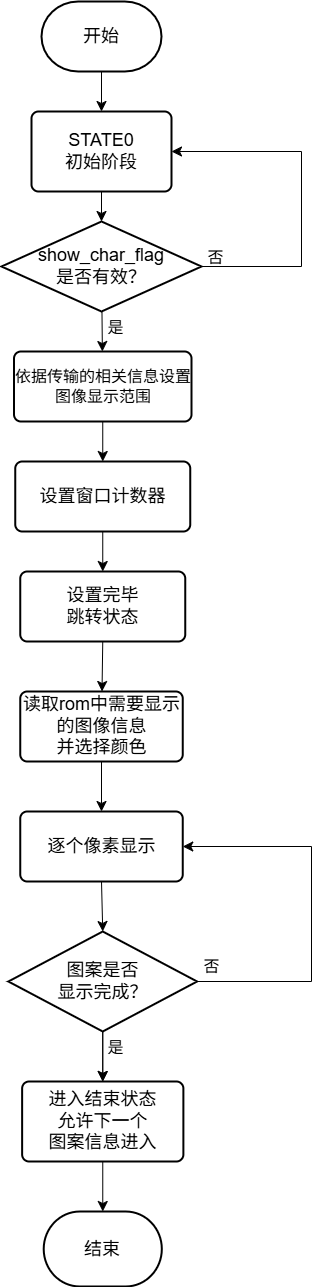
Earlier version of the draw.io export show_game_2.png (maple-m117/bysj_etc.). Source tidied: cells renumbered, new cells last; positions are measured from the earlier drawing's top-left corner, leaving out a move shared by most shapes.
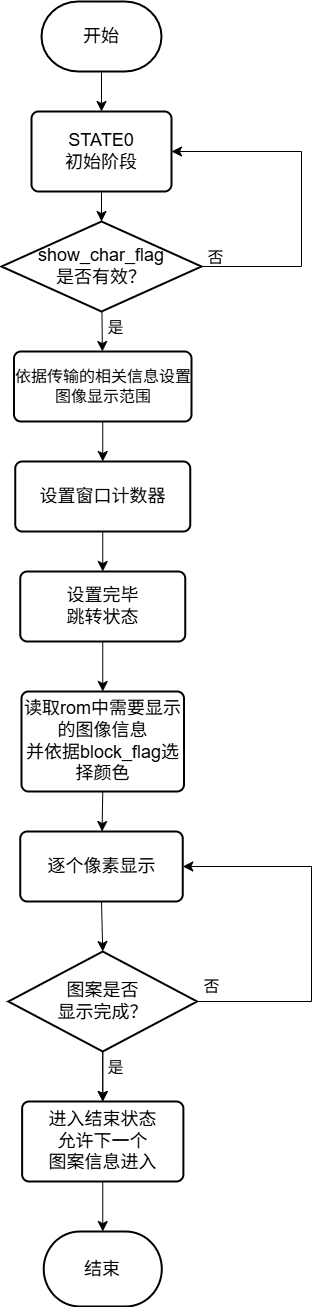
After the change.

What changed in the source:
```diff
@@ -40,11 +40,11 @@
     <mxCell id="12" style="edgeStyle=none;curved=1;rounded=1;jettySize=auto;html=1;exitX=0.5;exitY=1;exitDx=0;exitDy=0;fontSize=12;startSize=8;endSize=8;" parent="1" edge="1" source="13" target="14">
       <mxGeometry relative="1" as="geometry" />
     </mxCell>
-    <mxCell id="13" value="读取rom中需要显示的图像信息&lt;div&gt;并选择颜色&lt;/div&gt;" style="rounded=1;whiteSpace=wrap;html=1;absoluteArcSize=1;arcSize=14;strokeWidth=2;fontSize=18;" parent="1" vertex="1">
-      <mxGeometry x="18.8" y="690" width="162.5" height="70" as="geometry" />
+    <mxCell id="13" value="读取rom中需要显示的图像信息&lt;div&gt;并依据block_flag选择颜色&lt;/div&gt;" style="rounded=1;whiteSpace=wrap;html=1;absoluteArcSize=1;arcSize=14;strokeWidth=2;fontSize=18;" parent="1" vertex="1">
+      <mxGeometry x="20" y="690" width="162.5" height="100" as="geometry" />
     </mxCell>
     <mxCell id="14" value="逐个像素显示" style="rounded=1;whiteSpace=wrap;html=1;absoluteArcSize=1;arcSize=14;strokeWidth=2;fontSize=18;" parent="1" vertex="1">
-      <mxGeometry x="18.8" y="810" width="162.5" height="70" as="geometry" />
+      <mxGeometry x="18.8" y="830" width="162.5" height="70" as="geometry" />
     </mxCell>
     <mxCell id="15" style="edgeStyle=none;curved=1;rounded=1;jettySize=auto;html=1;exitX=0.5;exitY=1;exitDx=0;exitDy=0;exitPerimeter=0;entryX=0.5;entryY=0;entryDx=0;entryDy=0;fontSize=12;startSize=8;endSize=8;" parent="1" edge="1" source="18" target="20">
       <mxGeometry relative="1" as="geometry" />
@@ -52,8 +52,8 @@
     <mxCell id="16" style="edgeStyle=none;curved=0;rounded=0;jettySize=auto;html=1;exitX=1;exitY=0.5;exitDx=0;exitDy=0;exitPerimeter=0;entryX=1;entryY=0.5;entryDx=0;entryDy=0;fontSize=12;startSize=8;endSize=8;" parent="1" edge="1" source="18" target="14">
       <mxGeometry relative="1" as="geometry">
         <Array as="points">
-          <mxPoint x="310" y="980" />
-          <mxPoint x="310" y="845" />
+          <mxPoint x="310" y="1000" />
+          <mxPoint x="310" y="865" />
         </Array>
       </mxGeometry>
     </mxCell>
@@ -61,16 +61,16 @@
       <mxGeometry relative="1" as="geometry" />
     </mxCell>
     <mxCell id="18" value="图案是否&lt;div&gt;显示完成？&lt;/div&gt;" style="strokeWidth=2;html=1;shape=mxgraph.flowchart.decision;whiteSpace=wrap;rounded=1;fontSize=18;" parent="1" vertex="1">
-      <mxGeometry x="6.9" y="930" width="188.8" height="100" as="geometry" />
+      <mxGeometry x="6.9" y="950" width="188.8" height="100" as="geometry" />
     </mxCell>
     <mxCell id="19" style="edgeStyle=none;curved=1;rounded=1;jettySize=auto;html=1;fontSize=12;startSize=8;endSize=8;" parent="1" edge="1" source="20" target="21">
       <mxGeometry relative="1" as="geometry" />
     </mxCell>
     <mxCell id="20" value="进入结束状态&lt;div&gt;允许下一个&lt;/div&gt;&lt;div&gt;图案信息进入&lt;/div&gt;" style="rounded=1;whiteSpace=wrap;html=1;absoluteArcSize=1;arcSize=14;strokeWidth=2;fontSize=18;" parent="1" vertex="1">
-      <mxGeometry x="20.6" y="1080" width="161.2" height="80" as="geometry" />
+      <mxGeometry x="20.6" y="1100" width="161.2" height="80" as="geometry" />
     </mxCell>
     <mxCell id="21" value="结束" style="strokeWidth=2;html=1;shape=mxgraph.flowchart.terminator;whiteSpace=wrap;rounded=1;fontSize=18;" parent="1" vertex="1">
-      <mxGeometry x="42.2" y="1210" width="118.1" height="75" as="geometry" />
+      <mxGeometry x="42.2" y="1230" width="118.1" height="75" as="geometry" />
     </mxCell>
     <mxCell id="22" style="edgeStyle=none;curved=1;rounded=1;jettySize=auto;html=1;exitX=0.5;exitY=1;exitDx=0;exitDy=0;entryX=0.5;entryY=0;entryDx=0;entryDy=0;fontSize=12;startSize=8;endSize=8;" parent="1" edge="1" source="23" target="6">
       <mxGeometry relative="1" as="geometry" />
@@ -91,10 +91,10 @@
       <mxGeometry x="194" y="241" width="40" height="30" as="geometry" />
     </mxCell>
     <mxCell id="28" value="是" style="text;html=1;align=center;verticalAlign=middle;strokeColor=none;fillColor=none;fontSize=16;" parent="1" vertex="1">
-      <mxGeometry x="94" y="1031" width="40" height="30" as="geometry" />
+      <mxGeometry x="94" y="1051" width="40" height="30" as="geometry" />
     </mxCell>
     <mxCell id="29" value="否" style="text;html=1;align=center;verticalAlign=middle;strokeColor=none;fillColor=none;fontSize=16;" parent="1" vertex="1">
-      <mxGeometry x="190" y="950" width="40" height="30" as="geometry" />
+      <mxGeometry x="190" y="970" width="40" height="30" as="geometry" />
     </mxCell>
   </root>
 </mxGraphModel>
```
